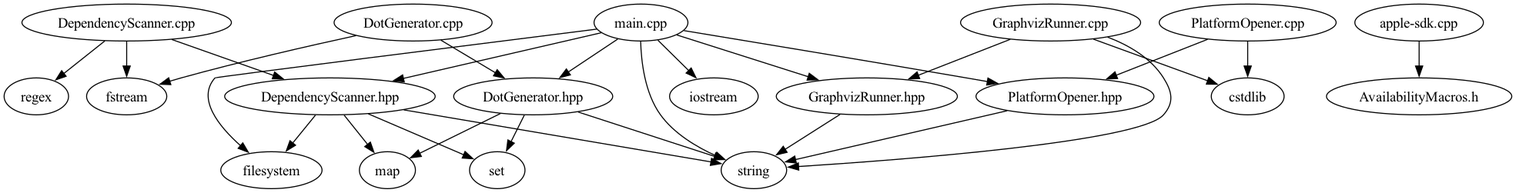
AlexandraKemperMS/DependencyVisualizer keeps this Graphviz diagram as dependencies.png. Above is the earlier version. Its source is kept beside it as dependencies.dot.
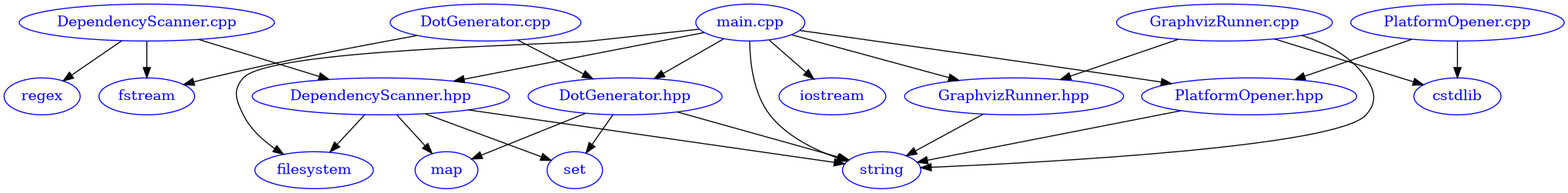
Later version of the same file.

What changed in the source:
```diff
@@ -1,4 +1,5 @@
 digraph dependencies {
+  node [color=blue, fontcolor=blue];
   "DependencyScanner.cpp" -> "DependencyScanner.hpp";
   "DependencyScanner.cpp" -> "fstream";
   "DependencyScanner.cpp" -> "regex";
@@ -18,7 +19,6 @@
   "PlatformOpener.cpp" -> "PlatformOpener.hpp";
   "PlatformOpener.cpp" -> "cstdlib";
   "PlatformOpener.hpp" -> "string";
-  "apple-sdk.cpp" -> "AvailabilityMacros.h";
   "main.cpp" -> "DependencyScanner.hpp";
   "main.cpp" -> "DotGenerator.hpp";
   "main.cpp" -> "GraphvizRunner.hpp";
```
